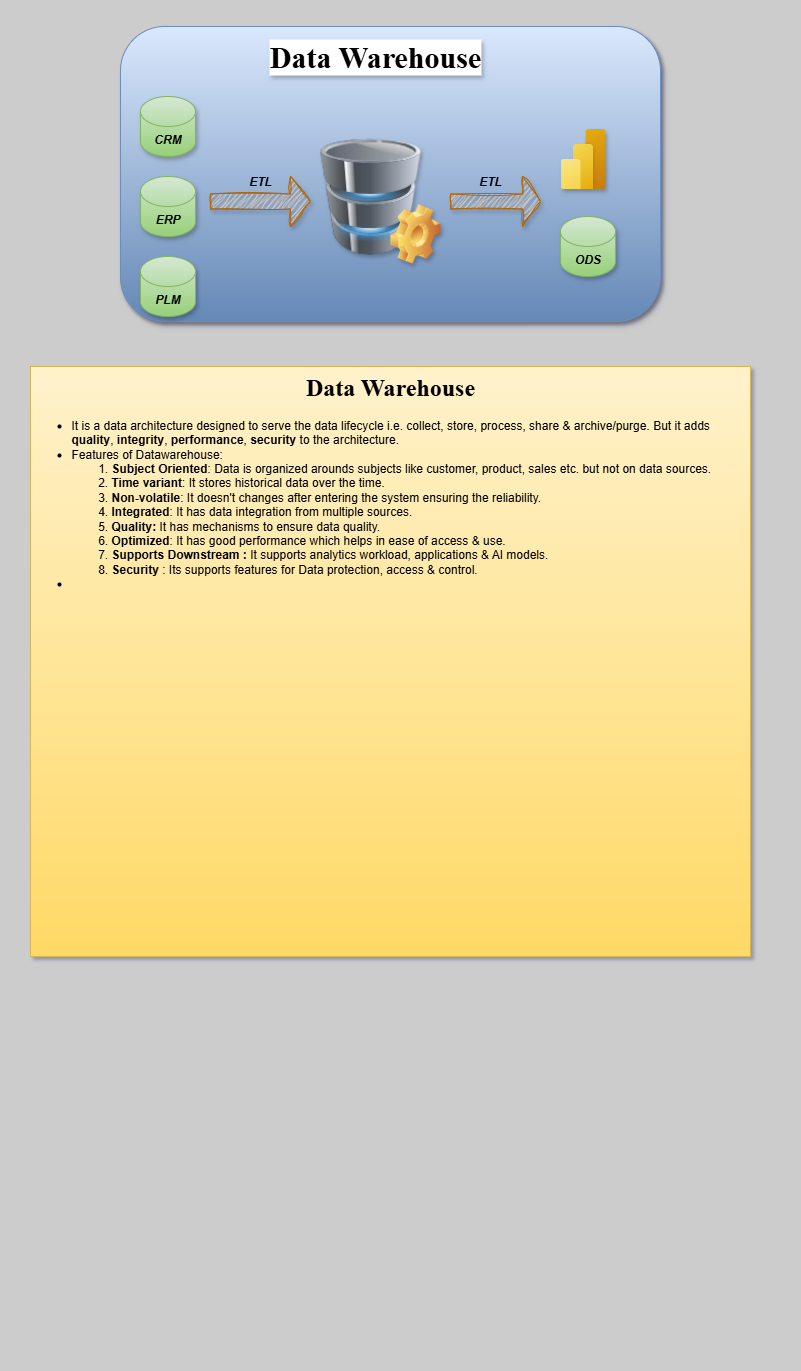
Earlier version of the draw.io export Data_Warehouse.drawio.png (adityaanand355/ad-data-docs). Source tidied: cells renumbered, new cells last; positions are measured from the earlier drawing's top-left corner, leaving out a move shared by most shapes.
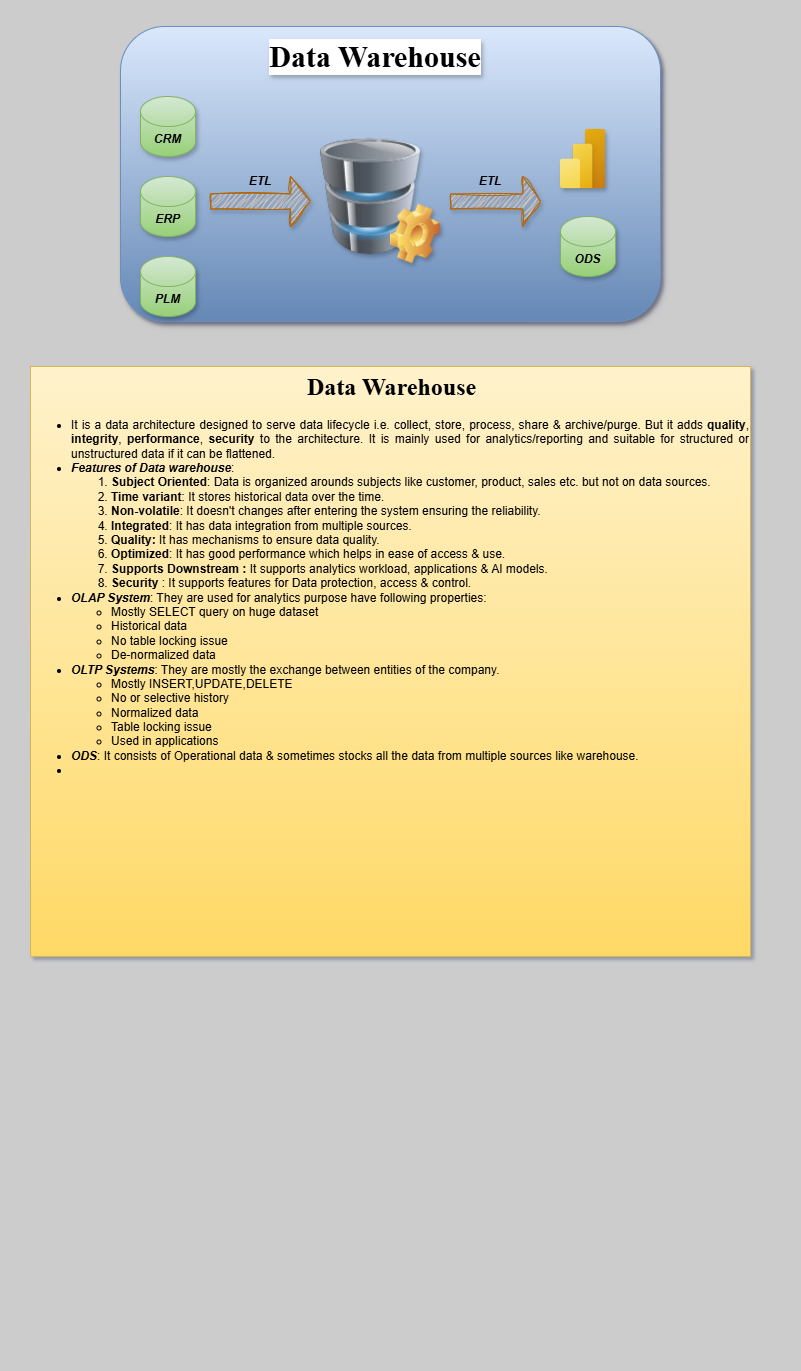
Above is the later version.

Change to the diagram source:
```diff
@@ -44,7 +44,7 @@
     <mxCell id="15" value="Data Warehouse" style="text;html=1;align=center;verticalAlign=middle;whiteSpace=wrap;rounded=0;fontStyle=1;fontFamily=Times New Roman;fontSize=30;textShadow=1;labelBorderColor=none;labelBackgroundColor=default;" parent="1" vertex="1">
       <mxGeometry x="240" y="26" width="270" height="60" as="geometry" />
     </mxCell>
-    <mxCell id="16" value="&lt;h1 style=&quot;margin-top: 0px;&quot;&gt;&lt;font face=&quot;Times New Roman&quot;&gt;Data Warehouse&lt;/font&gt;&lt;/h1&gt;&lt;div style=&quot;text-align: left;&quot;&gt;&lt;ul&gt;&lt;li&gt;It is a data architecture designed to serve the data lifecycle i.e. collect, store, process, share &amp;amp; archive/purge. But it adds &lt;b&gt;quality&lt;/b&gt;,&lt;b&gt; integrity&lt;/b&gt;, &lt;b&gt;performance&lt;/b&gt;, &lt;b&gt;security&lt;/b&gt; to the architecture.&amp;nbsp;&lt;/li&gt;&lt;li&gt;Features of Datawarehouse:&amp;nbsp;&lt;/li&gt;&lt;ol&gt;&lt;li&gt;&lt;b&gt;Subject Oriented&lt;/b&gt;: Data is organized arounds subjects like customer, product, sales etc. but not on data sources.&amp;nbsp;&lt;/li&gt;&lt;li&gt;&lt;b&gt;Time variant&lt;/b&gt;: It stores historical data over the time.&lt;/li&gt;&lt;li&gt;&lt;b&gt;Non-volatile&lt;/b&gt;: It doesn't changes after entering the system ensuring the reliability.&lt;/li&gt;&lt;li&gt;&lt;b&gt;Integrated&lt;/b&gt;: It has data integration from multiple sources.&lt;/li&gt;&lt;li&gt;&lt;b&gt;Quality: &lt;/b&gt;It has mechanisms to ensure data quality.&lt;/li&gt;&lt;li&gt;&lt;b&gt;Optimized&lt;/b&gt;: It has good performance which helps in ease of access &amp;amp; use.&lt;/li&gt;&lt;li&gt;&lt;b&gt;Supports Downstream : &lt;/b&gt;It supports analytics workload, applications &amp;amp; AI models.&lt;/li&gt;&lt;li&gt;&lt;b&gt;Security&lt;/b&gt; : Its supports features for Data protection, access &amp;amp; control.&lt;/li&gt;&lt;/ol&gt;&lt;li&gt;&lt;br&gt;&lt;/li&gt;&lt;/ul&gt;&lt;/div&gt;" style="text;html=1;whiteSpace=wrap;overflow=hidden;rounded=0;align=center;fillColor=#fff2cc;strokeColor=#d6b656;gradientColor=#ffd966;" parent="1" vertex="1">
+    <mxCell id="16" value="&lt;h1 style=&quot;text-align: justify; margin-top: 0px;&quot;&gt;&lt;font face=&quot;Times New Roman&quot;&gt;&amp;nbsp; &amp;nbsp; &amp;nbsp; &amp;nbsp; &amp;nbsp; &amp;nbsp; &amp;nbsp; &amp;nbsp; &amp;nbsp; &amp;nbsp; &amp;nbsp; &amp;nbsp; &amp;nbsp; &amp;nbsp; &amp;nbsp; &amp;nbsp; &amp;nbsp; &amp;nbsp; &amp;nbsp; &amp;nbsp; &amp;nbsp; &amp;nbsp; &amp;nbsp; Data Warehouse&lt;/font&gt;&lt;/h1&gt;&lt;div style=&quot;&quot;&gt;&lt;ul&gt;&lt;li style=&quot;text-align: justify;&quot;&gt;It is a data architecture designed to serve data lifecycle i.e. collect, store, process, share &amp;amp; archive/purge. But it adds &lt;b&gt;quality&lt;/b&gt;,&lt;b&gt; integrity&lt;/b&gt;, &lt;b&gt;performance&lt;/b&gt;, &lt;b&gt;security&lt;/b&gt; to the architecture. It is mainly used for analytics/reporting and suitable for structured or unstructured data if it can be flattened.&lt;/li&gt;&lt;li style=&quot;text-align: justify;&quot;&gt;&lt;b&gt;&lt;i&gt;Features of Data warehouse&lt;/i&gt;&lt;/b&gt;:&amp;nbsp;&lt;/li&gt;&lt;ol&gt;&lt;li style=&quot;text-align: justify;&quot;&gt;&lt;b&gt;Subject Oriented&lt;/b&gt;: Data is organized arounds subjects like customer, product, sales etc. but not on data sources.&amp;nbsp;&lt;/li&gt;&lt;li style=&quot;text-align: justify;&quot;&gt;&lt;b&gt;Time variant&lt;/b&gt;: It stores historical data over the time.&lt;/li&gt;&lt;li style=&quot;text-align: justify;&quot;&gt;&lt;b&gt;Non-volatile&lt;/b&gt;: It doesn't changes after entering the system ensuring the reliability.&lt;/li&gt;&lt;li style=&quot;text-align: justify;&quot;&gt;&lt;b&gt;Integrated&lt;/b&gt;: It has data integration from multiple sources.&lt;/li&gt;&lt;li style=&quot;text-align: justify;&quot;&gt;&lt;b&gt;Quality: &lt;/b&gt;It has mechanisms to ensure data quality.&lt;/li&gt;&lt;li style=&quot;text-align: justify;&quot;&gt;&lt;b&gt;Optimized&lt;/b&gt;: It has good performance which helps in ease of access &amp;amp; use.&lt;/li&gt;&lt;li style=&quot;text-align: justify;&quot;&gt;&lt;b&gt;Supports Downstream : &lt;/b&gt;It supports analytics workload, applications &amp;amp; AI models.&lt;/li&gt;&lt;li style=&quot;text-align: justify;&quot;&gt;&lt;b&gt;Security&lt;/b&gt; : It supports features for Data protection, access &amp;amp; control.&lt;/li&gt;&lt;/ol&gt;&lt;li style=&quot;text-align: justify;&quot;&gt;&lt;b&gt;&lt;i&gt;OLAP System&lt;/i&gt;&lt;/b&gt;: They are used for analytics purpose have following properties:&amp;nbsp;&lt;/li&gt;&lt;ul&gt;&lt;li style=&quot;text-align: justify;&quot;&gt;Mostly SELECT query on huge dataset&lt;/li&gt;&lt;li style=&quot;text-align: justify;&quot;&gt;Historical data&amp;nbsp;&lt;/li&gt;&lt;li style=&quot;text-align: justify;&quot;&gt;No table locking issue&lt;/li&gt;&lt;li style=&quot;text-align: justify;&quot;&gt;De-normalized data&lt;/li&gt;&lt;/ul&gt;&lt;li style=&quot;text-align: justify;&quot;&gt;&lt;b&gt;&lt;i&gt;OLTP Systems&lt;/i&gt;&lt;/b&gt;: They are mostly the exchange between entities of the company.&lt;/li&gt;&lt;ul&gt;&lt;li style=&quot;text-align: justify;&quot;&gt;Mostly INSERT,UPDATE,DELETE&amp;nbsp;&lt;/li&gt;&lt;li style=&quot;text-align: justify;&quot;&gt;No or selective history&lt;/li&gt;&lt;li style=&quot;text-align: justify;&quot;&gt;Normalized data&lt;/li&gt;&lt;li style=&quot;text-align: justify;&quot;&gt;Table locking issue&lt;/li&gt;&lt;li style=&quot;text-align: justify;&quot;&gt;Used in applications&lt;/li&gt;&lt;/ul&gt;&lt;li style=&quot;text-align: justify;&quot;&gt;&lt;b&gt;&lt;i&gt;ODS&lt;/i&gt;&lt;/b&gt;: It consists of Operational data &amp;amp; sometimes stocks all the data from multiple sources like warehouse.&lt;/li&gt;&lt;li style=&quot;text-align: justify;&quot;&gt;&lt;br&gt;&lt;/li&gt;&lt;/ul&gt;&lt;/div&gt;" style="text;html=1;whiteSpace=wrap;overflow=hidden;rounded=0;align=center;fillColor=#fff2cc;strokeColor=#d6b656;gradientColor=#ffd966;" parent="1" vertex="1">
       <mxGeometry x="30" y="366" width="720" height="590" as="geometry" />
     </mxCell>
   </root>
```
